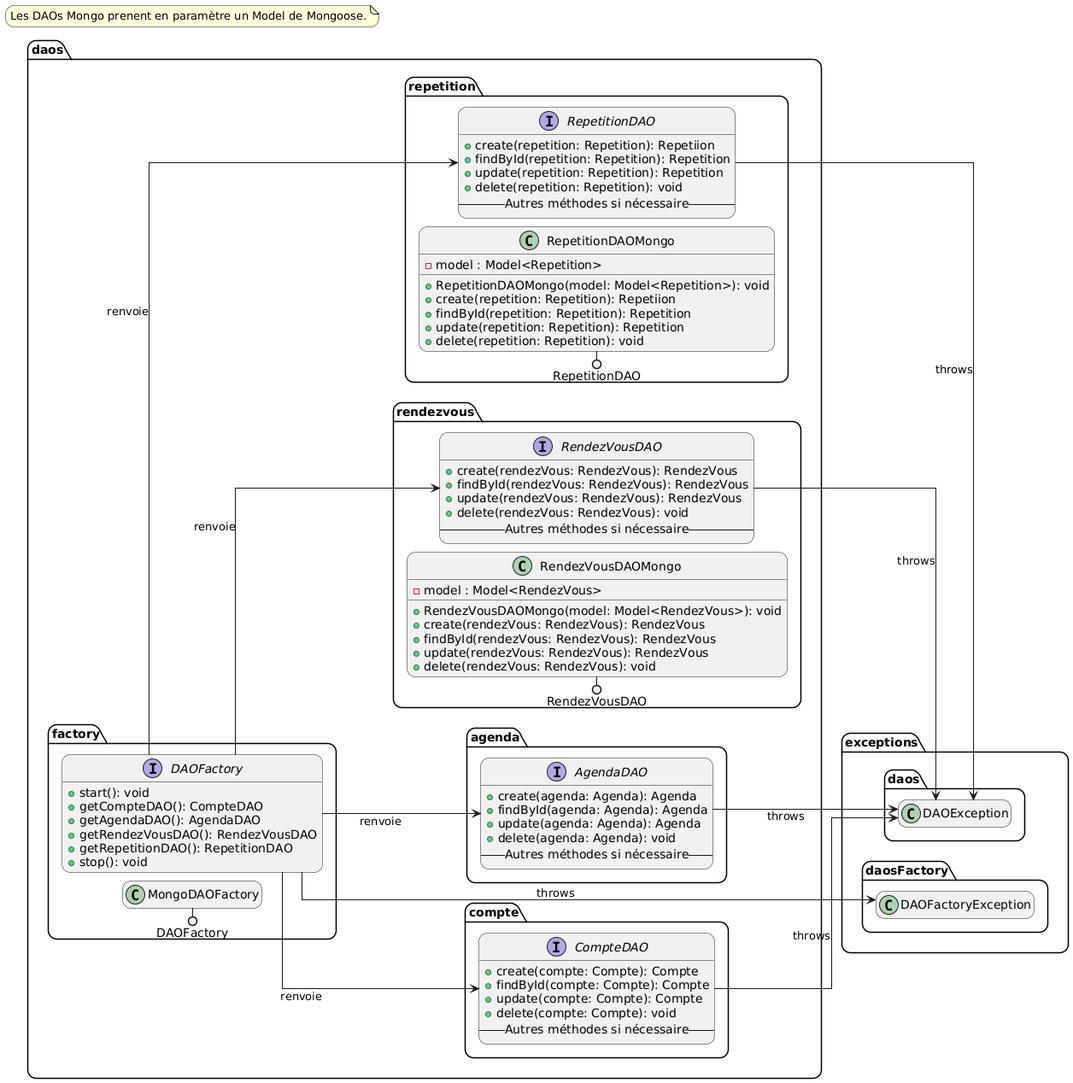
This is documentation/diagrams/out/classes/daos/DAOs.png from lmtb06/Schedulo, a PlantUML export, as it was before one commit.
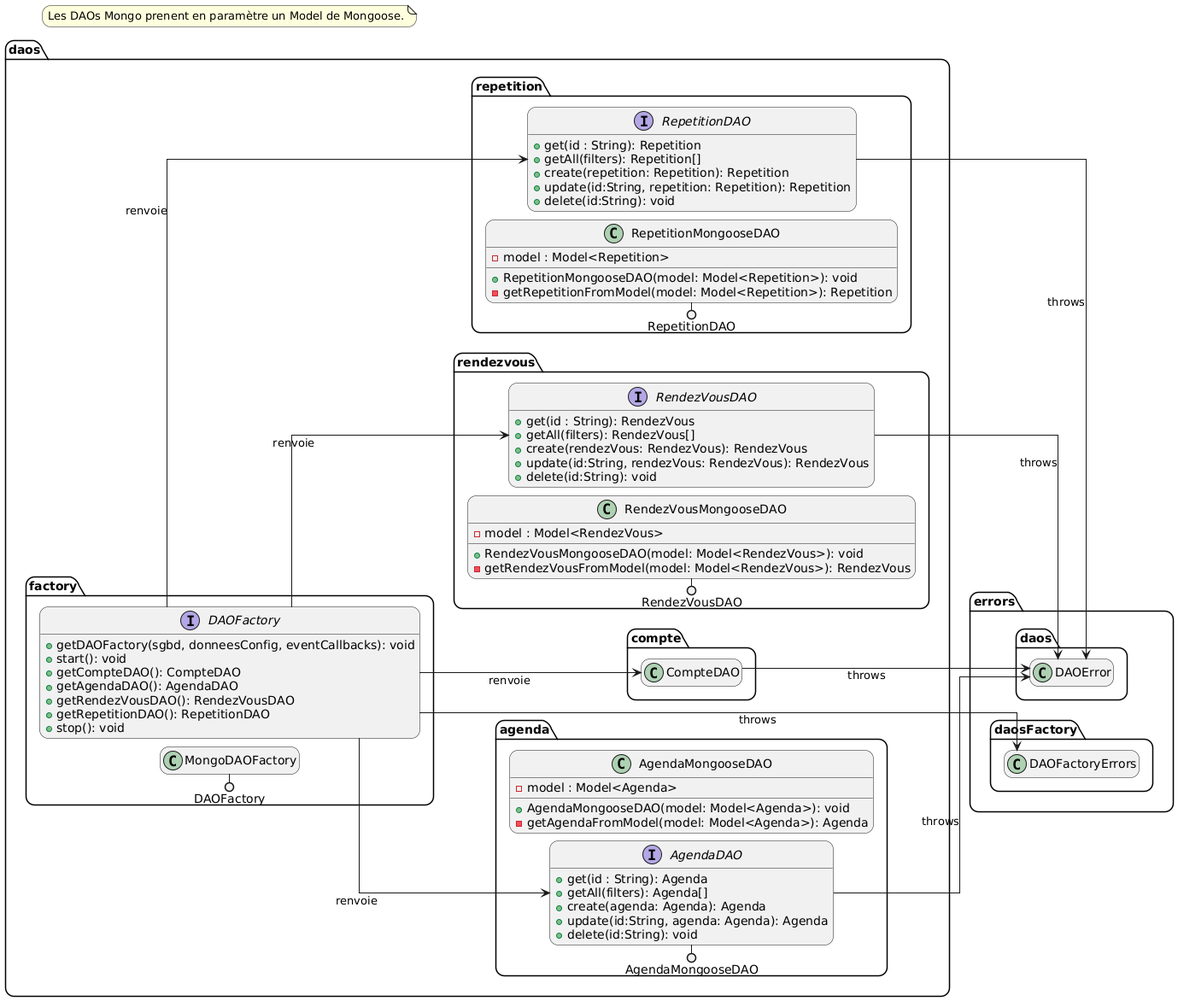
Later version of the same file.

The edit, as a diff of the source:
```diff
@@ -1,5 +1,4 @@
-@startuml DAOs
-
+@startuml
 skinparam linetype ortho
 skinparam nodesep 10
 skinparam ranksep 10
@@ -12,6 +11,7 @@
 namespace daos {
   namespace factory {
     interface DAOFactory {
+      + getDAOFactory(sgbd, donneesConfig, eventCallbacks): void
       + start(): void
       + getCompteDAO(): CompteDAO
       + getAgendaDAO(): AgendaDAO
@@ -30,77 +30,68 @@
     DAOFactory ()- MongoDAOFactory
   }
 
-  namespace compte {
-    interface CompteDAO {
-      + create(compte: Compte): Compte
-      + findById(compte: Compte): Compte
-      + update(compte: Compte): Compte
-      + delete(compte: Compte): void
-      -- Autres méthodes si nécessaire --
-    }
-  }
-
   namespace agenda {
     interface AgendaDAO {
+      + get(id : String): Agenda
+      + getAll(filters): Agenda[]
       + create(agenda: Agenda): Agenda
-      + findById(agenda: Agenda): Agenda
-      + update(agenda: Agenda): Agenda
-      + delete(agenda: Agenda): void
-      -- Autres méthodes si nécessaire --
+      + update(id:String, agenda: Agenda): Agenda
+      + delete(id:String): void
     }
+
+    class AgendaMongooseDAO {
+      - model : Model<Agenda>
+      + AgendaMongooseDAO(model: Model<Agenda>): void
+      - getAgendaFromModel(model: Model<Agenda>): Agenda
+    }
+
+    AgendaMongooseDAO ()- AgendaDAO
   }
 
   namespace rendezvous {
       interface RendezVousDAO {
+      + get(id : String): RendezVous
+      + getAll(filters): RendezVous[]
       + create(rendezVous: RendezVous): RendezVous
-      + findById(rendezVous: RendezVous): RendezVous
-      + update(rendezVous: RendezVous): RendezVous
-      + delete(rendezVous: RendezVous): void
-      -- Autres méthodes si nécessaire --
+      + update(id:String, rendezVous: RendezVous): RendezVous
+      + delete(id:String): void
     }
 
-    class RendezVousDAOMongo {
+    class RendezVousMongooseDAO {
       - model : Model<RendezVous>
-      + RendezVousDAOMongo(model: Model<RendezVous>): void
-      + create(rendezVous: RendezVous): RendezVous
-      + findById(rendezVous: RendezVous): RendezVous
-      + update(rendezVous: RendezVous): RendezVous
-      + delete(rendezVous: RendezVous): void
+      + RendezVousMongooseDAO(model: Model<RendezVous>): void
+      - getRendezVousFromModel(model: Model<RendezVous>): RendezVous
     }
 
-    RendezVousDAO ()- RendezVousDAOMongo
+    RendezVousDAO ()- RendezVousMongooseDAO
   }
 
   namespace repetition {
     interface RepetitionDAO {
-      + create(repetition: Repetition): Repetiion
-      + findById(repetition: Repetition): Repetition
-      + update(repetition: Repetition): Repetition
-      + delete(repetition: Repetition): void
-      -- Autres méthodes si nécessaire --
+      + get(id : String): Repetition
+      + getAll(filters): Repetition[]
+      + create(repetition: Repetition): Repetition
+      + update(id:String, repetition: Repetition): Repetition
+      + delete(id:String): void
     }
 
-    class RepetitionDAOMongo {
+    class RepetitionMongooseDAO {
       - model : Model<Repetition>
-      + RepetitionDAOMongo(model: Model<Repetition>): void
-      + create(repetition: Repetition): Repetiion
-      + findById(repetition: Repetition): Repetition
-      + update(repetition: Repetition): Repetition
-      + delete(repetition: Repetition): void
+      + RepetitionMongooseDAO(model: Model<Repetition>): void
+      - getRepetitionFromModel(model: Model<Repetition>): Repetition
     }
 
-    RepetitionDAO ()- RepetitionDAOMongo
+    RepetitionDAO ()- RepetitionMongooseDAO
   }
 }
 
-DAOFactory --> exceptions.daosFactory.DAOFactoryException: throws
-CompteDAO --> exceptions.daos.DAOException: throws
-AgendaDAO--> exceptions.daos.DAOException: throws
-RendezVousDAO --> exceptions.daos.DAOException: throws
-RepetitionDAO --> exceptions.daos.DAOException: throws
+DAOFactory --> errors.daosFactory.DAOFactoryErrors: throws
+CompteDAO --> errors.daos.DAOError: throws
+AgendaDAO--> errors.daos.DAOError: throws
+RendezVousDAO --> errors.daos.DAOError: throws
+RepetitionDAO --> errors.daos.DAOError: throws
 
 note as n1
   Les DAOs Mongo prenent en paramètre un Model de Mongoose.
 end note
-
 @enduml
```
